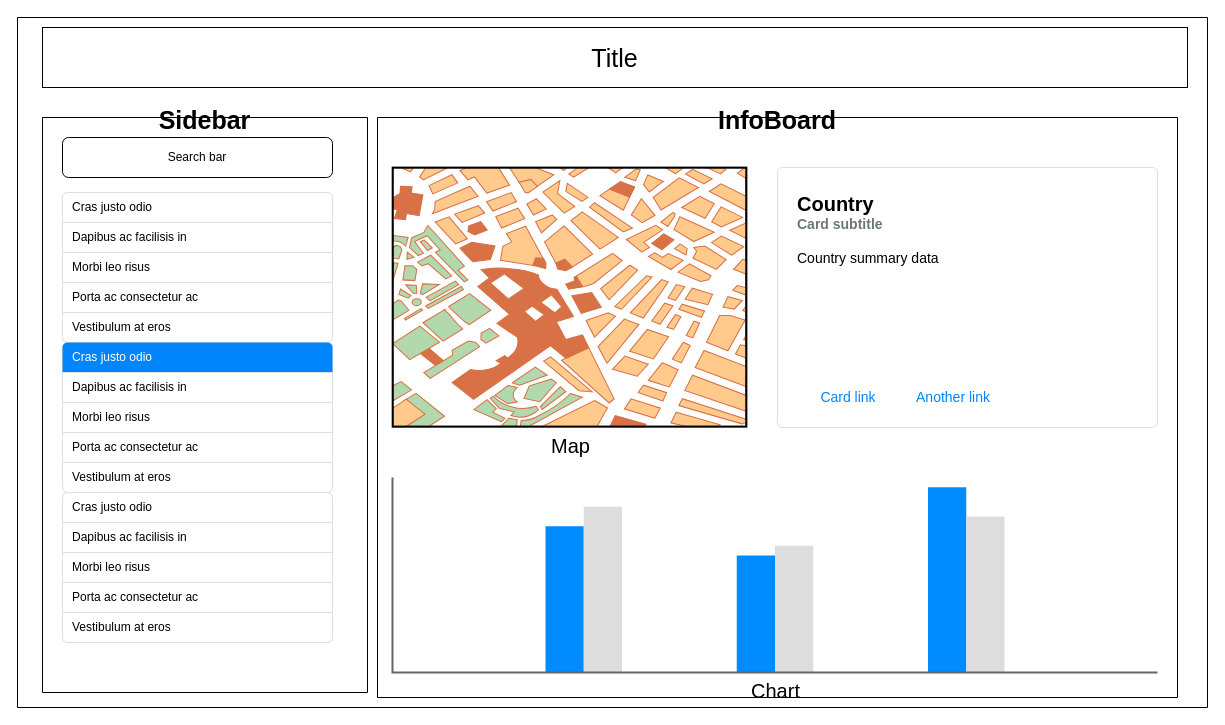
This is page "Mockup" (1 of 2) of wireframes/covid-api.drawio from tang-jh/covid-api-data, a draw.io file, before an edit. Source tidied: cells renumbered, new cells numbered last; positions are measured from the earlier drawing's top-left corner, leaving out a move shared by most shapes. Both pictures are drawn from the tidied source at 100%, with x=0, y=0 at pixel (17, 17).
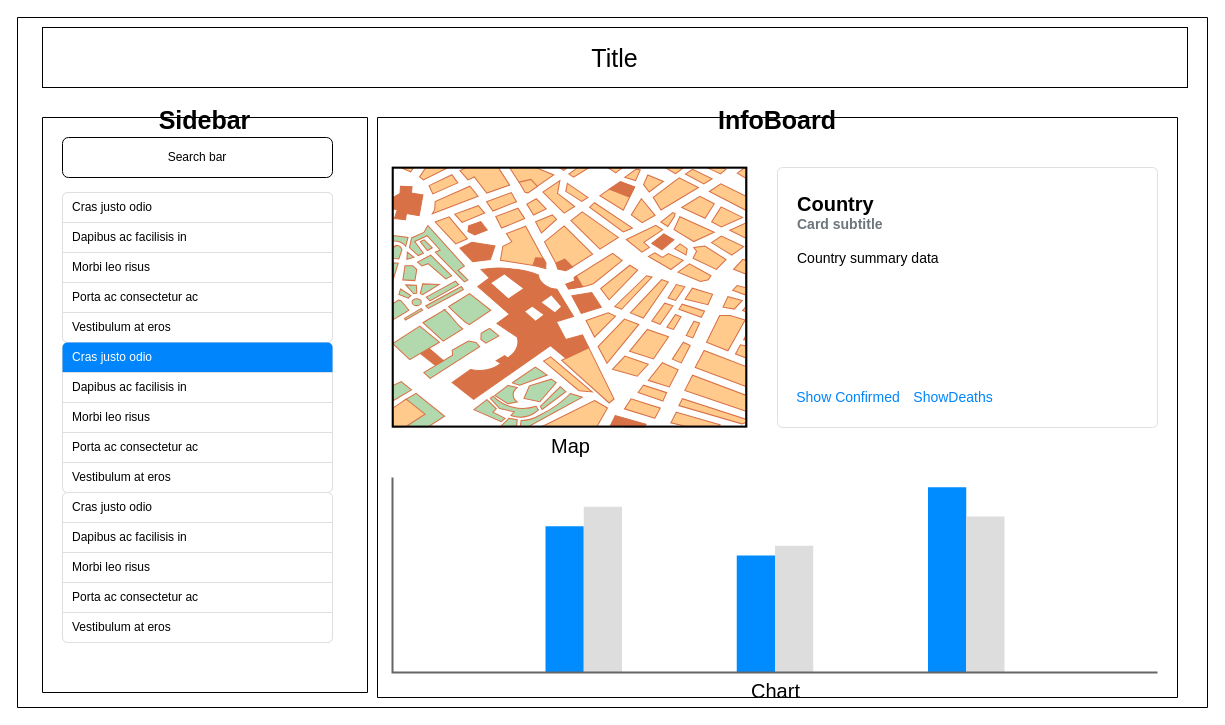
The same page after the edit.

The change refers to these unchanged cells:
```xml
<mxCell id="27" value="&lt;b&gt;&lt;font style=&quot;font-size: 20px&quot;&gt;Country&lt;/font&gt;&lt;/b&gt;&lt;font color=&quot;#6c767d&quot;&gt;&lt;b&gt;&lt;font style=&quot;font-size: 14px&quot;&gt;&lt;br style=&quot;font-size: 10px&quot;&gt;Card subtitle&lt;br&gt;&lt;/font&gt;&lt;/b&gt;&lt;/font&gt;&lt;br style=&quot;font-size: 14px&quot;&gt;Country summary data" style="html=1;shadow=0;dashed=0;shape=mxgraph.bootstrap.rrect;rSize=5;strokeColor=#DFDFDF;html=1;whiteSpace=wrap;fillColor=#ffffff;fontColor=#000000;verticalAlign=top;align=left;spacing=20;fontSize=14;" parent="24" vertex="1">
  <mxGeometry x="400" y="50" width="380" height="260" as="geometry" />
</mxCell>
```

The edit, as a diff of the source:
```diff
@@
-    <mxCell id="28" value="Card link" style="html=1;shadow=0;dashed=0;shape=mxgraph.bootstrap.rrect;rSize=5;perimeter=none;whiteSpace=wrap;fillColor=none;strokeColor=none;fontColor=#0085FC;fontSize=14;align=center;" parent="27" vertex="1">
+    <mxCell id="28" value="Show Confirmed" style="html=1;shadow=0;dashed=0;shape=mxgraph.bootstrap.rrect;rSize=5;perimeter=none;whiteSpace=wrap;fillColor=none;strokeColor=none;fontColor=#0085FC;fontSize=14;align=center;" parent="27" vertex="1">
       <mxGeometry y="1" width="121.6" height="40" relative="1" as="geometry">
         <mxPoint x="10" y="-50" as="offset" />
       </mxGeometry>
     </mxCell>
-    <mxCell id="29" value="Another link" style="html=1;shadow=0;dashed=0;shape=mxgraph.bootstrap.rrect;rSize=5;perimeter=none;whiteSpace=wrap;fillColor=none;strokeColor=none;fontColor=#0085FC;fontSize=14;align=center;" parent="27" vertex="1">
+    <mxCell id="29" value="ShowDeaths" style="html=1;shadow=0;dashed=0;shape=mxgraph.bootstrap.rrect;rSize=5;perimeter=none;whiteSpace=wrap;fillColor=none;strokeColor=none;fontColor=#0085FC;fontSize=14;align=center;" parent="27" vertex="1">
       <mxGeometry y="1" width="152" height="40" relative="1" as="geometry">
         <mxPoint x="100" y="-50" as="offset" />
       </mxGeometry>
     </mxCell>
```
